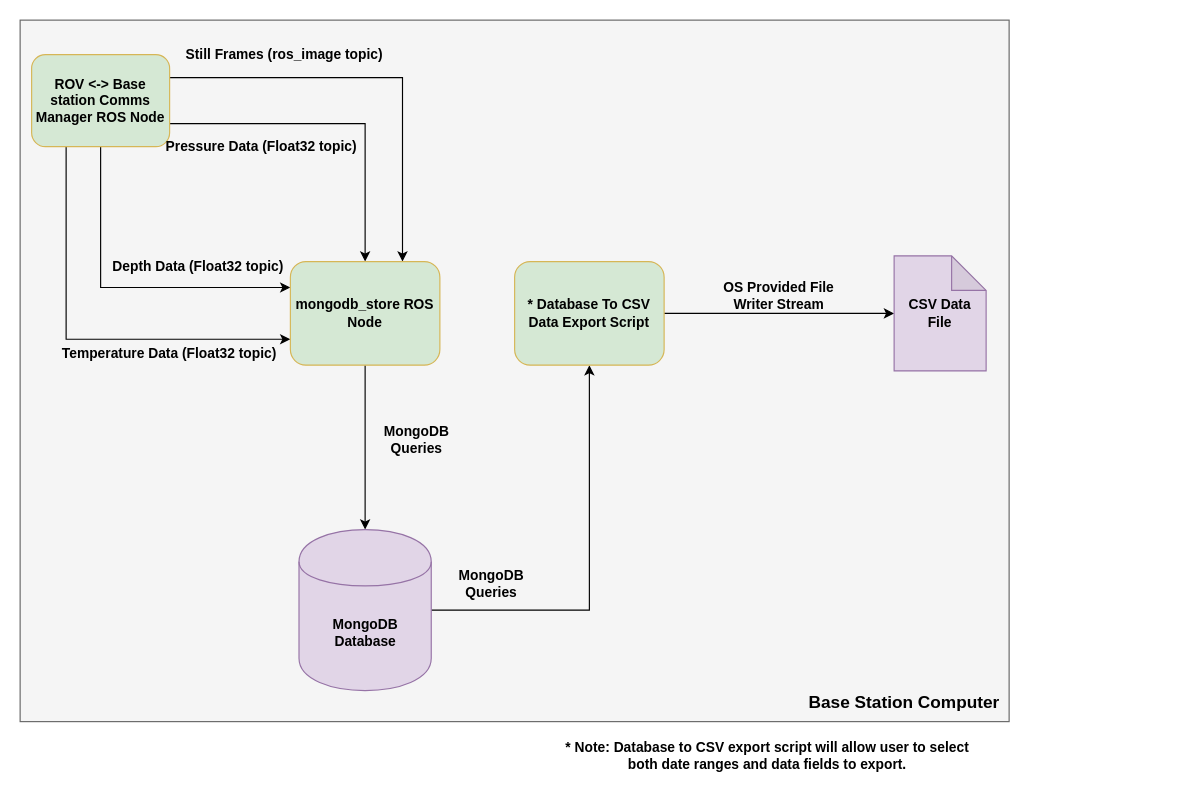
Before: docs/architecture/DataArchival.drawio in sherrardTr4129/RIT-MSD-Finger-Lakes-ROV, a draw.io diagram. Source tidied: cells renumbered, new cells numbered last; positions are measured from the earlier drawing's top-left corner, leaving out a move shared by most shapes. Both pictures are drawn from the tidied source at 115%, with x=0, y=0 at pixel (20, 20).
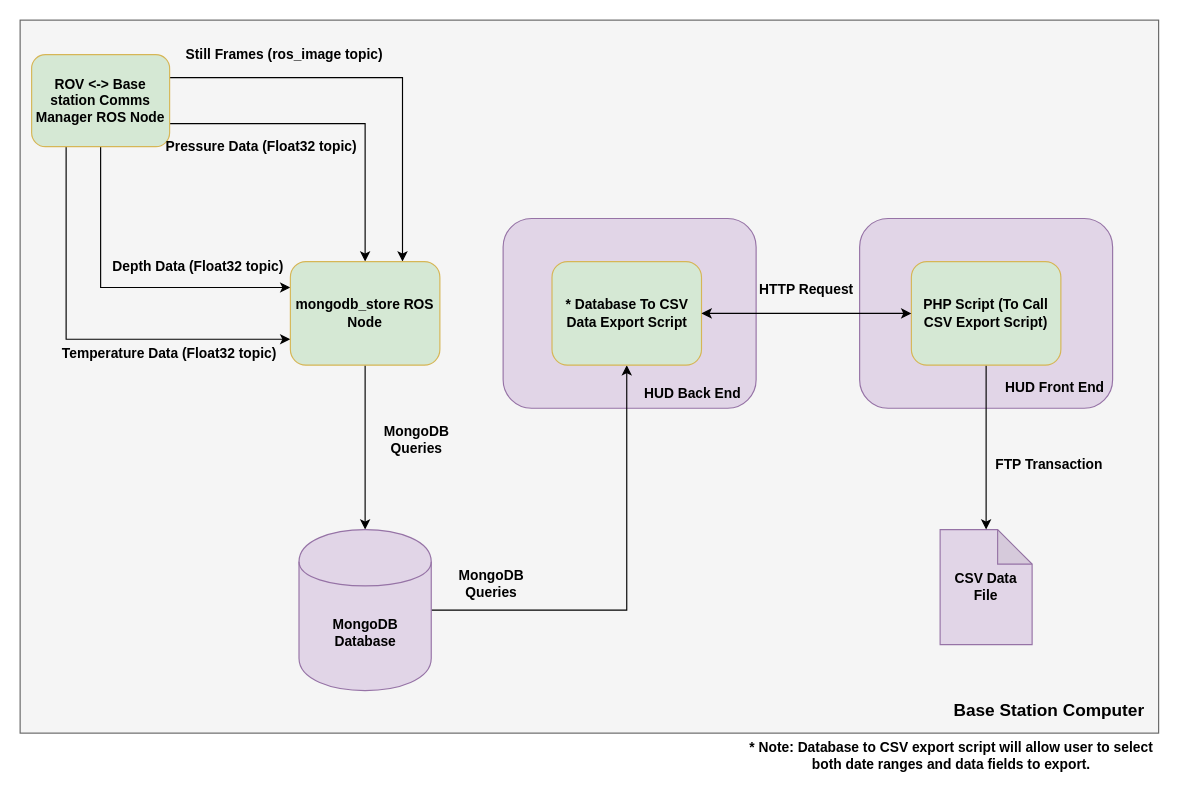
The same page after the edit.

Unchanged cells that the change refers to:
```xml
<mxCell id="12" value="MongoDB Database" style="shape=cylinder;whiteSpace=wrap;html=1;boundedLbl=1;backgroundOutline=1;fillColor=#e1d5e7;strokeColor=#9673a6;fontStyle=1;" parent="1" vertex="1">
  <mxGeometry x="242.5" y="443" width="115" height="140" as="geometry" />
</mxCell>
```

Change to the diagram source:
```diff
@@
     <mxCell id="2" style="rounded=0;whiteSpace=wrap;html=1;fillColor=#f5f5f5;strokeColor=#666666;fontColor=#333333;" parent="1" vertex="1">
-      <mxGeometry width="860" height="610" as="geometry" />
+      <mxGeometry width="990" height="620" as="geometry" />
     </mxCell>
+    <mxCell id="24" style="rounded=1;whiteSpace=wrap;html=1;fillColor=#e1d5e7;strokeColor=#9673a6;fontStyle=1;" parent="1" vertex="1">
+      <mxGeometry x="420" y="172.5" width="220" height="165" as="geometry" />
+    </mxCell>
@@
     <mxCell id="8" value="Base Station Computer" style="text;html=1;strokeColor=none;fillColor=none;align=center;verticalAlign=middle;whiteSpace=wrap;rounded=0;fontStyle=1;fontSize=15;" parent="1" vertex="1">
-      <mxGeometry x="684" y="583" width="170" height="20" as="geometry" />
+      <mxGeometry x="810" y="590" width="170" height="20" as="geometry" />
     </mxCell>
@@
-    <mxCell id="11" style="edgeStyle=orthogonalEdgeStyle;rounded=0;jettySize=auto;html=1;exitX=1;exitY=0.5;exitDx=0;exitDy=0;entryX=0.5;entryY=1;entryDx=0;entryDy=0;fontSize=12;" parent="1" edge="1" source="12" target="14">
+    <mxCell id="11" style="edgeStyle=orthogonalEdgeStyle;rounded=0;jettySize=auto;html=1;exitX=1;exitY=0.5;exitDx=0;exitDy=0;" parent="1" edge="1" source="12" target="14">
       <mxGeometry relative="1" as="geometry" />
     </mxCell>
@@
-    <mxCell id="13" style="edgeStyle=orthogonalEdgeStyle;rounded=0;jettySize=auto;html=1;exitX=1;exitY=0.5;exitDx=0;exitDy=0;" parent="1" edge="1" source="14" target="15">
-      <mxGeometry relative="1" as="geometry" />
-    </mxCell>
     <mxCell id="14" value="* Database To CSV Data Export Script" style="rounded=1;whiteSpace=wrap;html=1;fillColor=#D5E8D4;strokeColor=#d6b656;fontStyle=1;" parent="1" vertex="1">
-      <mxGeometry x="430" y="210" width="130" height="90" as="geometry" />
+      <mxGeometry x="462.5" y="210" width="130" height="90" as="geometry" />
     </mxCell>
     <mxCell id="15" value="CSV Data File" style="shape=note;whiteSpace=wrap;html=1;backgroundOutline=1;darkOpacity=0.05;fillColor=#e1d5e7;strokeColor=#9673a6;fontStyle=1;" parent="1" vertex="1">
-      <mxGeometry x="760" y="205" width="80" height="100" as="geometry" />
+      <mxGeometry x="800" y="443" width="80" height="100" as="geometry" />
     </mxCell>
@@
-    <mxCell id="18" value="OS Provided File Writer Stream" style="text;html=1;strokeColor=none;fillColor=none;align=center;verticalAlign=middle;whiteSpace=wrap;rounded=0;fontStyle=1;" parent="1" vertex="1">
-      <mxGeometry x="595" y="230" width="130" height="20" as="geometry" />
+    <mxCell id="18" value="HTTP Request" style="text;html=1;strokeColor=none;fillColor=none;align=center;verticalAlign=middle;whiteSpace=wrap;rounded=0;fontStyle=1;rotation=0;" parent="1" vertex="1">
+      <mxGeometry x="619" y="225" width="130" height="20" as="geometry" />
     </mxCell>
@@
     <mxCell id="23" value="&lt;b&gt;* Note: Database to CSV export script will allow user to select both date ranges and data fields to export.&lt;/b&gt;" style="text;html=1;strokeColor=none;fillColor=none;align=center;verticalAlign=middle;whiteSpace=wrap;rounded=0;fontSize=12;" parent="1" vertex="1">
-      <mxGeometry x="470" y="630" width="360" height="20" as="geometry" />
+      <mxGeometry x="630" y="630" width="360" height="20" as="geometry" />
     </mxCell>
+    <mxCell id="25" value="HUD Back End" style="text;html=1;strokeColor=none;fillColor=none;align=center;verticalAlign=middle;whiteSpace=wrap;rounded=0;fontStyle=1;" parent="1" vertex="1">
+      <mxGeometry x="540" y="315" width="90" height="20" as="geometry" />
+    </mxCell>
+    <mxCell id="26" style="rounded=1;whiteSpace=wrap;html=1;fillColor=#e1d5e7;strokeColor=#9673a6;fontStyle=1;" parent="1" vertex="1">
+      <mxGeometry x="730" y="172.5" width="220" height="165" as="geometry" />
+    </mxCell>
+    <mxCell id="27" value="HUD Front End" style="text;html=1;strokeColor=none;fillColor=none;align=center;verticalAlign=middle;whiteSpace=wrap;rounded=0;fontStyle=1;" parent="1" vertex="1">
+      <mxGeometry x="855" y="310" width="90" height="20" as="geometry" />
+    </mxCell>
+    <mxCell id="28" style="edgeStyle=orthogonalEdgeStyle;rounded=0;jettySize=auto;html=1;exitX=0.5;exitY=1;exitDx=0;exitDy=0;" parent="1" edge="1" source="29" target="15">
+      <mxGeometry relative="1" as="geometry" />
+    </mxCell>
+    <mxCell id="29" value="PHP Script (To Call CSV Export Script)" style="rounded=1;whiteSpace=wrap;html=1;fillColor=#D5E8D4;strokeColor=#d6b656;fontStyle=1;" parent="1" vertex="1">
+      <mxGeometry x="775" y="210" width="130" height="90" as="geometry" />
+    </mxCell>
+    <mxCell id="30" style="endArrow=classic;startArrow=classic;html=1;exitX=1;exitY=0.5;exitDx=0;exitDy=0;entryX=0;entryY=0.5;entryDx=0;entryDy=0;" parent="1" edge="1" source="14" target="29">
+      <mxGeometry relative="1" as="geometry" />
+    </mxCell>
+    <mxCell id="31" value="FTP Transaction" style="text;html=1;strokeColor=none;fillColor=none;align=center;verticalAlign=middle;whiteSpace=wrap;rounded=0;fontStyle=1;rotation=0;" parent="1" vertex="1">
+      <mxGeometry x="830" y="376.5" width="130" height="20" as="geometry" />
+    </mxCell>
```
